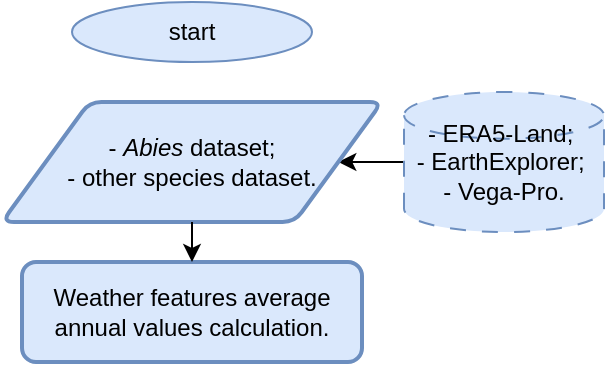
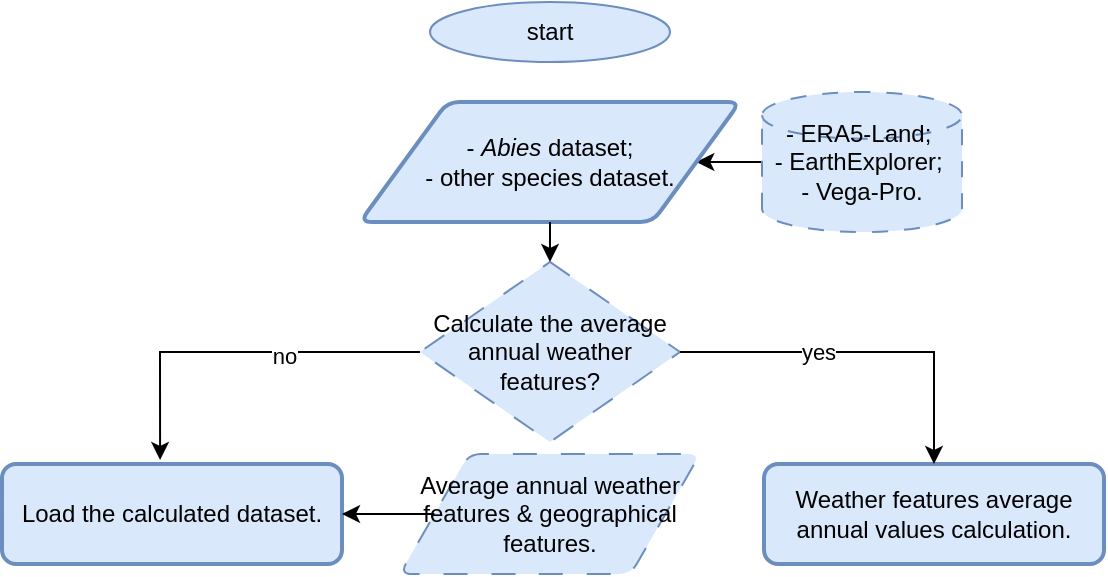
<mxfile host="app.diagrams.net">
  <diagram name="Страница-1" id="4wf5V8EtYGGb3xE4ilXR">
    <mxGraphModel dx="1366" dy="830" grid="1" gridSize="10" guides="1" tooltips="1" connect="1" arrows="1" fold="1" page="1" pageScale="1" pageWidth="827" pageHeight="1169" math="0" shadow="0">
      <root>
        <mxCell id="0" />
        <mxCell id="1" parent="0" />
        <mxCell id="W97imSr3Oh1hHIhS6Gzf-1" parent="1" style="ellipse;whiteSpace=wrap;html=1;fillColor=#dae8fc;strokeColor=#6c8ebf;" value="start" vertex="1">
          <mxGeometry height="30" width="120" x="354" y="10" as="geometry" />
        </mxCell>
        <mxCell id="W97imSr3Oh1hHIhS6Gzf-5" edge="1" parent="1" source="W97imSr3Oh1hHIhS6Gzf-4" style="edgeStyle=orthogonalEdgeStyle;rounded=0;orthogonalLoop=1;jettySize=auto;html=1;" target="W97imSr3Oh1hHIhS6Gzf-7" value="">
          <mxGeometry relative="1" as="geometry">
            <mxPoint x="489" y="90" as="targetPoint" />
          </mxGeometry>
        </mxCell>
        <mxCell id="W97imSr3Oh1hHIhS6Gzf-4" parent="1" style="strokeWidth=1;html=1;shape=mxgraph.flowchart.database;whiteSpace=wrap;shadow=0;strokeColor=#6c8ebf;dashed=1;dashPattern=8 8;fillColor=#dae8fc;" value="- ERA5-Land;&amp;nbsp;&lt;div&gt;- EarthExplorer;&amp;nbsp;&lt;/div&gt;&lt;div&gt;- Vega-Pro.&lt;/div&gt;" vertex="1">
          <mxGeometry height="70" width="100" x="520" y="55" as="geometry" />
        </mxCell>
        <mxCell id="W97imSr3Oh1hHIhS6Gzf-7" parent="1" style="shape=parallelogram;html=1;strokeWidth=2;perimeter=parallelogramPerimeter;whiteSpace=wrap;rounded=1;arcSize=12;size=0.23;align=center;fillColor=#dae8fc;strokeColor=#6c8ebf;" value="- &lt;i&gt;Abies &lt;/i&gt;dataset;&lt;div&gt;- other species dataset.&lt;/div&gt;" vertex="1">
          <mxGeometry height="60" width="190" x="319" y="60" as="geometry" />
        </mxCell>
        <mxCell id="W97imSr3Oh1hHIhS6Gzf-9" parent="1" style="rounded=1;whiteSpace=wrap;html=1;absoluteArcSize=1;arcSize=14;strokeWidth=2;fillColor=#dae8fc;strokeColor=#6c8ebf;" value="Weather features average annual values calculation." vertex="1">
-           <mxGeometry height="50" width="170" x="329" y="140" as="geometry" />
+           <mxGeometry height="50" width="170" x="521" y="241" as="geometry" />
        </mxCell>
-         <mxCell id="W97imSr3Oh1hHIhS6Gzf-10" edge="1" parent="1" source="W97imSr3Oh1hHIhS6Gzf-7" style="endArrow=classic;html=1;rounded=0;exitX=0.5;exitY=1;exitDx=0;exitDy=0;" target="W97imSr3Oh1hHIhS6Gzf-9" value="">
+         <mxCell id="W97imSr3Oh1hHIhS6Gzf-13" parent="1" style="strokeWidth=1;html=1;shape=mxgraph.flowchart.decision;whiteSpace=wrap;dashed=1;dashPattern=12 12;fillColor=#dae8fc;strokeColor=#6c8ebf;" value="Calculate the average annual weather features?" vertex="1">
+           <mxGeometry height="90" width="130" x="349" y="140" as="geometry" />
+         </mxCell>
+         <mxCell id="W97imSr3Oh1hHIhS6Gzf-15" edge="1" parent="1" source="W97imSr3Oh1hHIhS6Gzf-7" style="endArrow=classic;html=1;rounded=0;exitX=0.5;exitY=1;exitDx=0;exitDy=0;entryX=0.5;entryY=0;entryDx=0;entryDy=0;entryPerimeter=0;" target="W97imSr3Oh1hHIhS6Gzf-13" value="">
          <mxGeometry height="50" relative="1" width="50" as="geometry">
-             <mxPoint x="390" y="280" as="sourcePoint" />
-             <mxPoint x="440" y="230" as="targetPoint" />
+             <mxPoint x="390" y="260" as="sourcePoint" />
+             <mxPoint x="440" y="210" as="targetPoint" />
+           </mxGeometry>
+         </mxCell>
+         <mxCell id="W97imSr3Oh1hHIhS6Gzf-16" edge="1" parent="1" source="W97imSr3Oh1hHIhS6Gzf-13" style="endArrow=classic;html=1;rounded=0;exitX=1;exitY=0.5;exitDx=0;exitDy=0;exitPerimeter=0;entryX=0.5;entryY=0;entryDx=0;entryDy=0;" target="W97imSr3Oh1hHIhS6Gzf-9" value="">
+           <mxGeometry height="50" relative="1" width="50" as="geometry">
+             <Array as="points">
+               <mxPoint x="606" y="185" />
+             </Array>
+             <mxPoint x="390" y="260" as="sourcePoint" />
+             <mxPoint x="550" y="240" as="targetPoint" />
+           </mxGeometry>
+         </mxCell>
+         <mxCell id="W97imSr3Oh1hHIhS6Gzf-17" connectable="0" parent="W97imSr3Oh1hHIhS6Gzf-16" style="edgeLabel;html=1;align=center;verticalAlign=middle;resizable=0;points=[];" value="yes" vertex="1">
+           <mxGeometry relative="1" x="-0.2519" as="geometry">
+             <mxPoint as="offset" />
+           </mxGeometry>
+         </mxCell>
+         <mxCell id="W97imSr3Oh1hHIhS6Gzf-18" parent="1" style="rounded=1;whiteSpace=wrap;html=1;absoluteArcSize=1;arcSize=14;strokeWidth=2;fillColor=#dae8fc;strokeColor=#6c8ebf;" value="Load the calculated dataset." vertex="1">
+           <mxGeometry height="50" width="170" x="140" y="241" as="geometry" />
+         </mxCell>
+         <mxCell id="W97imSr3Oh1hHIhS6Gzf-19" edge="1" parent="1" source="W97imSr3Oh1hHIhS6Gzf-13" style="endArrow=classic;html=1;rounded=0;exitX=0;exitY=0.5;exitDx=0;exitDy=0;exitPerimeter=0;entryX=0.465;entryY=-0.04;entryDx=0;entryDy=0;entryPerimeter=0;" target="W97imSr3Oh1hHIhS6Gzf-18" value="">
+           <mxGeometry height="50" relative="1" width="50" as="geometry">
+             <Array as="points">
+               <mxPoint x="219" y="185" />
+             </Array>
+             <mxPoint x="390" y="260" as="sourcePoint" />
+             <mxPoint x="440" y="210" as="targetPoint" />
+           </mxGeometry>
+         </mxCell>
+         <mxCell id="W97imSr3Oh1hHIhS6Gzf-20" connectable="0" parent="W97imSr3Oh1hHIhS6Gzf-19" style="edgeLabel;html=1;align=center;verticalAlign=middle;resizable=0;points=[];" value="no" vertex="1">
+           <mxGeometry relative="1" x="-0.2632" y="2" as="geometry">
+             <mxPoint as="offset" />
+           </mxGeometry>
+         </mxCell>
+         <mxCell id="W97imSr3Oh1hHIhS6Gzf-21" parent="1" style="shape=parallelogram;html=1;strokeWidth=1;perimeter=parallelogramPerimeter;whiteSpace=wrap;rounded=1;arcSize=12;size=0.23;fillColor=#dae8fc;strokeColor=#6c8ebf;dashed=1;dashPattern=12 12;" value="Average annual weather features &amp;amp; geographical features." vertex="1">
+           <mxGeometry height="60" width="150" x="339" y="236" as="geometry" />
+         </mxCell>
+         <mxCell id="W97imSr3Oh1hHIhS6Gzf-23" edge="1" parent="1" source="W97imSr3Oh1hHIhS6Gzf-21" style="endArrow=classic;html=1;rounded=0;exitX=0;exitY=0.5;exitDx=0;exitDy=0;entryX=1;entryY=0.5;entryDx=0;entryDy=0;" target="W97imSr3Oh1hHIhS6Gzf-18" value="">
+           <mxGeometry height="50" relative="1" width="50" as="geometry">
+             <mxPoint x="390" y="250" as="sourcePoint" />
+             <mxPoint x="440" y="200" as="targetPoint" />
          </mxGeometry>
        </mxCell>
      </root>
    </mxGraphModel>
  </diagram>
</mxfile>
